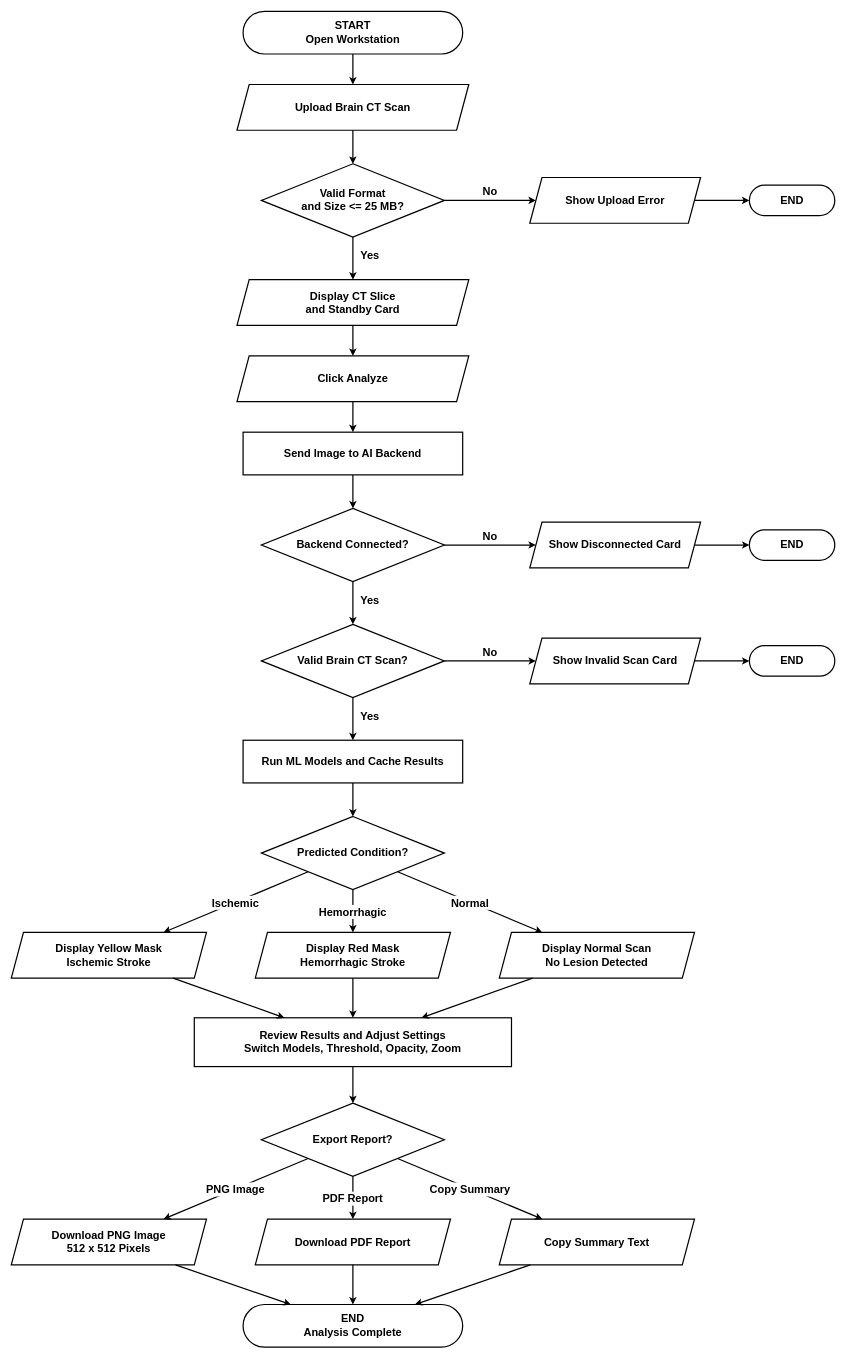
The draw.io diagram page "Desktop Workflow" (1 of 2) of workflow-flowchart.drawio in Cell1991/nu-stroke-scan, before the edit. Source tidied: cells renumbered, new cells numbered last; positions are measured from the earlier drawing's top-left corner, leaving out a move shared by most shapes. Both pictures are drawn from the tidied source at 61%, with x=0, y=0 at pixel (11, 11).
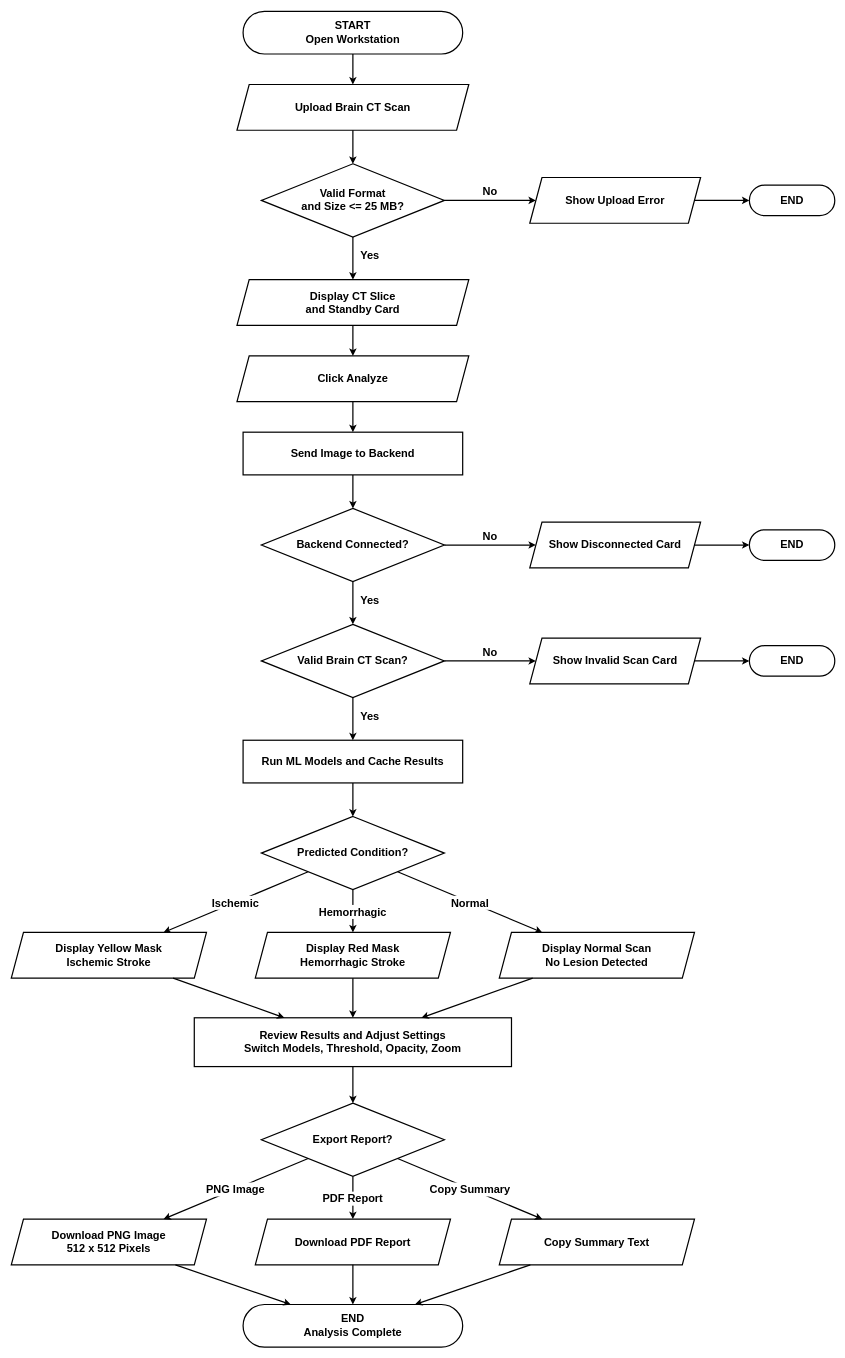
The same diagram, later.

Commit message (it also covers changes not shown here):
fix(diagrams): change Send Image to AI Backend to Send Image to Backend

The edit, as a diff of the source:
```diff
@@
-    <mxCell id="9" value="Send Image to AI Backend" style="rounded=0;whiteSpace=wrap;html=1;fillColor=#FFFFFF;strokeColor=#000000;strokeWidth=2;fontColor=#000000;fontFamily=Arial,Helvetica,sans-serif;fontStyle=1;fontSize=18;" parent="1" vertex="1">
+    <mxCell id="9" value="Send Image to Backend" style="rounded=0;whiteSpace=wrap;html=1;fillColor=#FFFFFF;strokeColor=#000000;strokeWidth=2;fontColor=#000000;fontFamily=Arial,Helvetica,sans-serif;fontStyle=1;fontSize=18;" parent="1" vertex="1">
       <mxGeometry x="380" y="690" width="360" height="70" as="geometry" />
     </mxCell>
```
